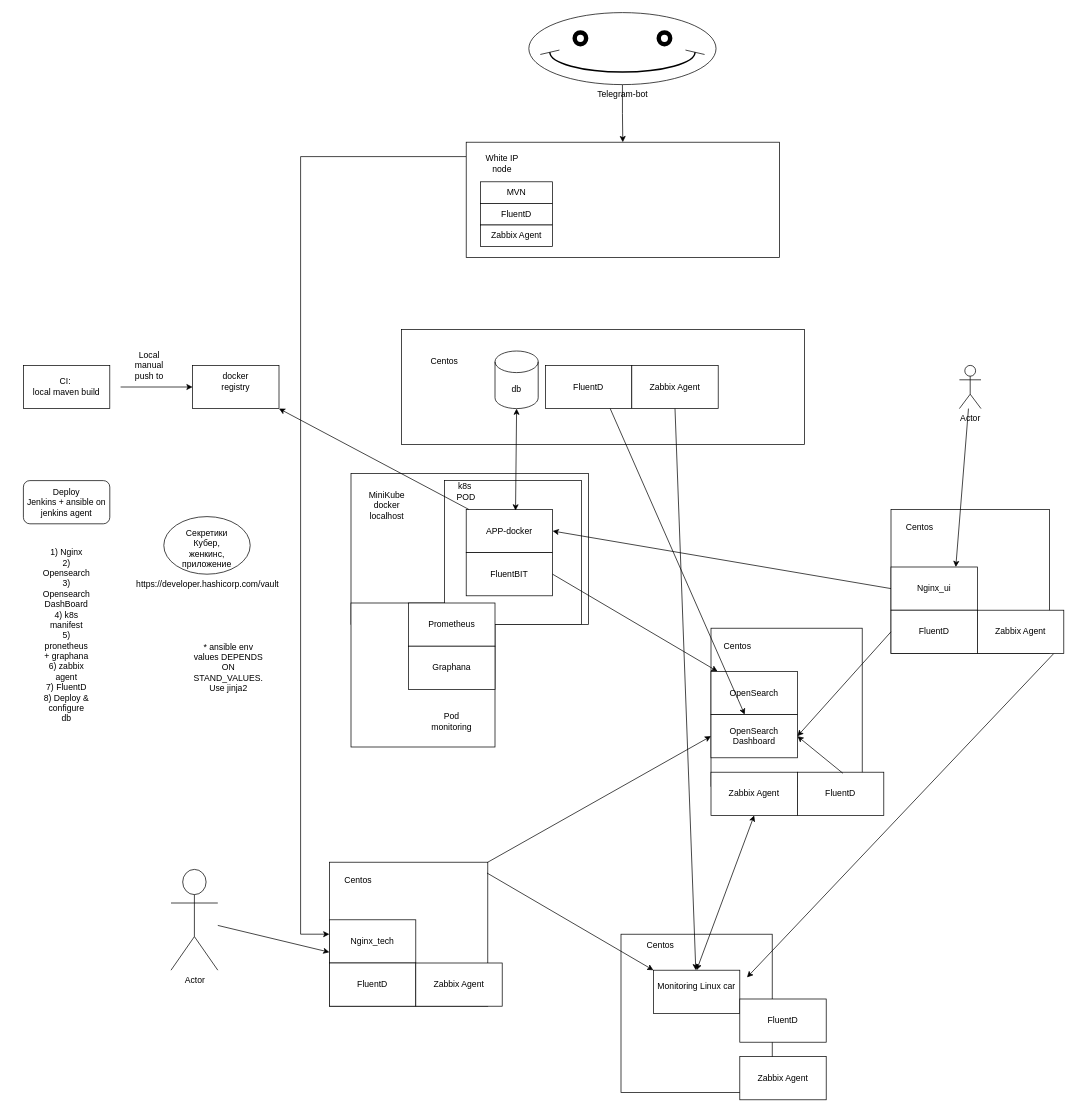
Earlier version of the draw.io diagram page "Cluster scheme" (1 of 2) of Documentation/project_scheme.drawio (vwwetr/Project_bookbot). Source tidied: cells renumbered, new cells numbered last; positions are measured from the earlier drawing's top-left corner, leaving out a move shared by most shapes. Both pictures are drawn from the tidied source at 72%, with x=0, y=0 at pixel (12, 12).
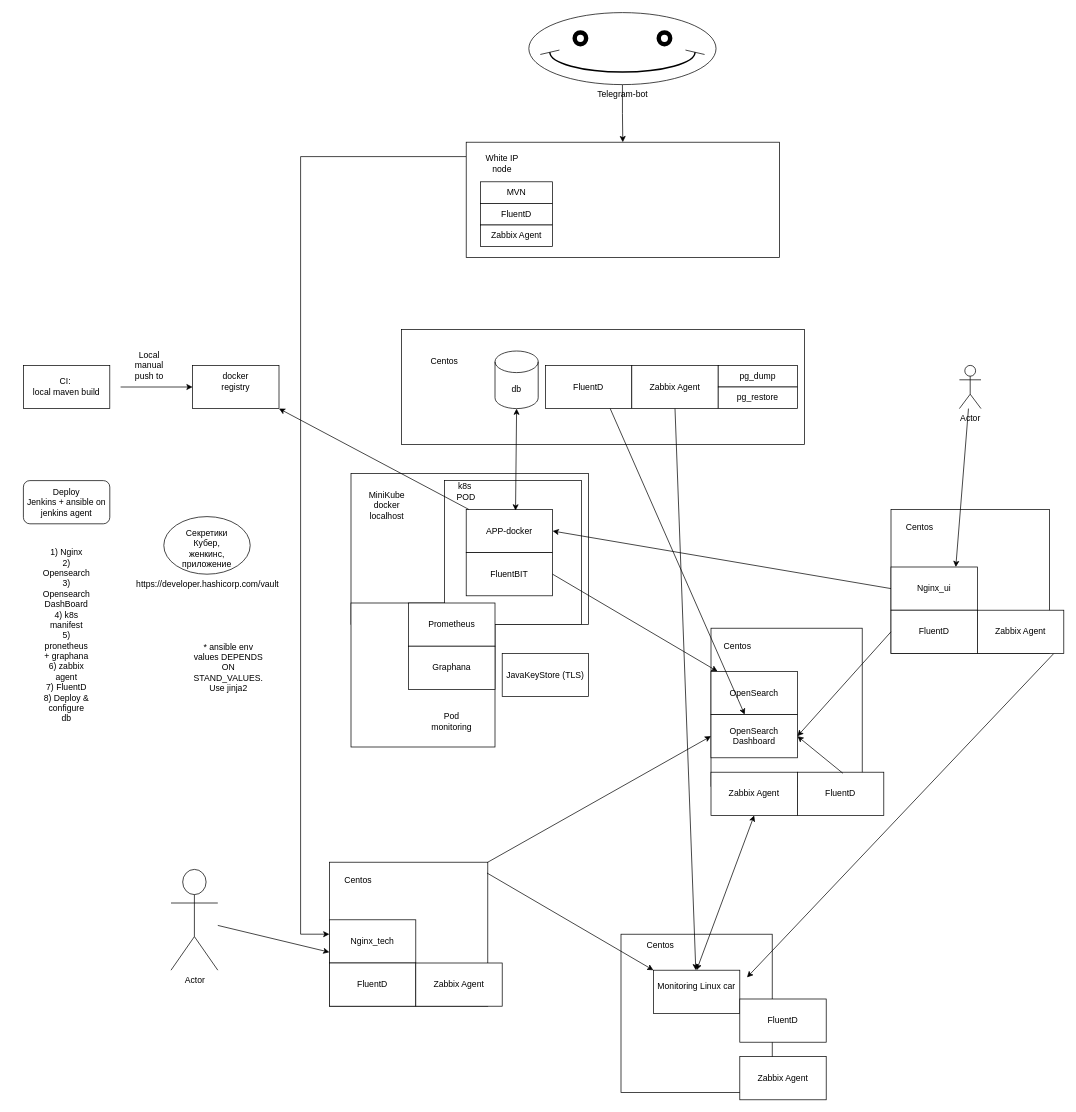
Above is the later version.

What changed in the source:
```diff
@@
+    <mxCell id="74" value="pg_dump" style="rounded=0;whiteSpace=wrap;html=1;" parent="1" vertex="1">
+      <mxGeometry x="980" y="490" width="110" height="30" as="geometry" />
+    </mxCell>
+    <mxCell id="75" value="pg_restore" style="rounded=0;whiteSpace=wrap;html=1;" parent="1" vertex="1">
+      <mxGeometry x="980" y="520" width="110" height="30" as="geometry" />
+    </mxCell>
+    <mxCell id="76" value="JavaKeyStore (TLS)" style="rounded=0;whiteSpace=wrap;html=1;" parent="1" vertex="1">
+      <mxGeometry x="680" y="890" width="120" height="60" as="geometry" />
+    </mxCell>
```
